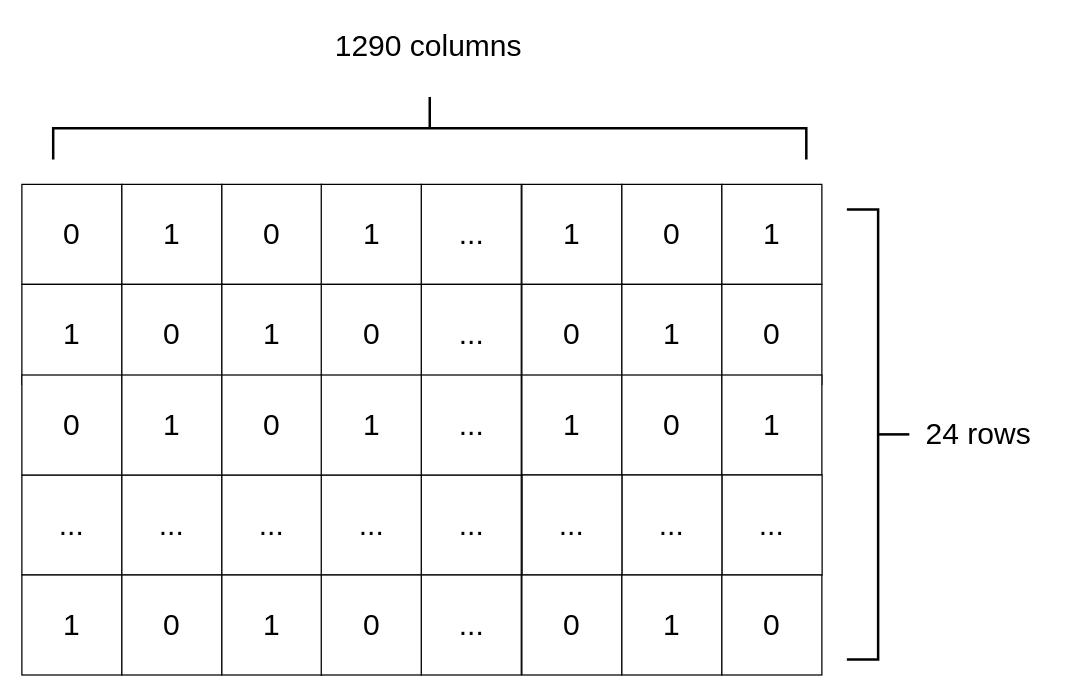
This is Diagrams/matrix7.drawio from sabarioded/Patterns_Project, a draw.io file, before an edit. Source tidied: cells renumbered, new cells numbered last; positions are measured from the earlier drawing's top-left corner, leaving out a move shared by most shapes. Both pictures are drawn from the tidied source at 125%, with x=0, y=0 at pixel (21, -249).
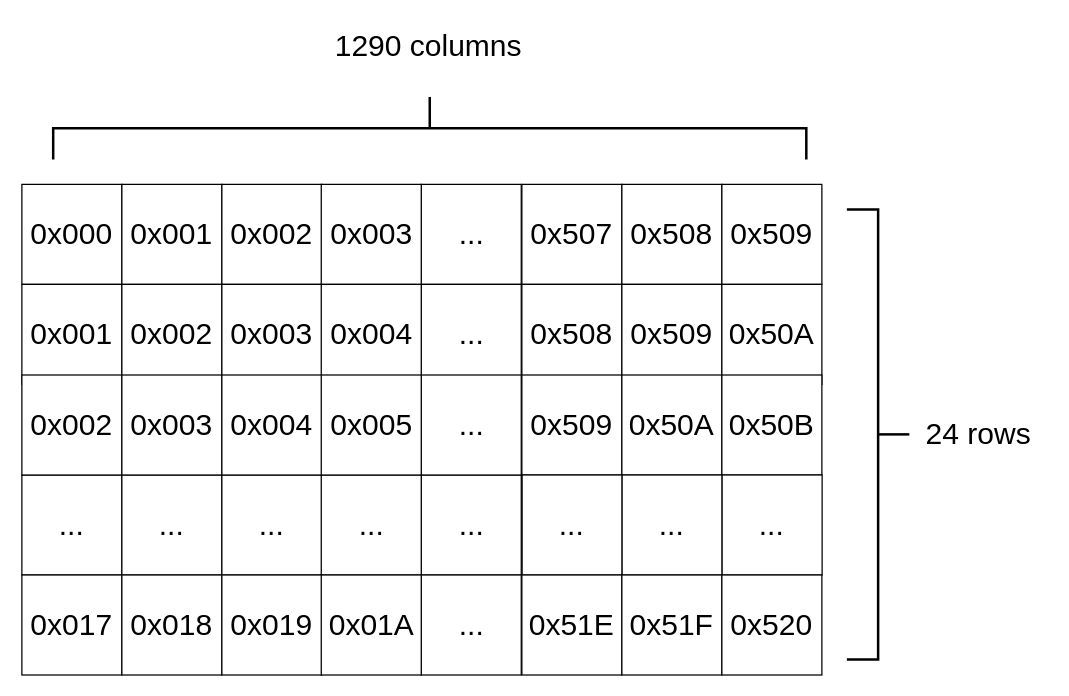
Above is the later version.

Change to the diagram source:
```diff
@@
-    <mxCell id="2" value="&lt;font style=&quot;font-size: 24px;&quot;&gt;0&lt;/font&gt;" style="rounded=0;whiteSpace=wrap;html=1;" parent="1" vertex="1">
+    <mxCell id="2" value="&lt;font style=&quot;font-size: 24px;&quot;&gt;0x000&lt;/font&gt;" style="rounded=0;whiteSpace=wrap;html=1;" parent="1" vertex="1">
       <mxGeometry y="346" width="80" height="80" as="geometry" />
     </mxCell>
-    <mxCell id="3" value="&lt;span style=&quot;font-size: 24px;&quot;&gt;1&lt;/span&gt;" style="rounded=0;whiteSpace=wrap;html=1;" parent="1" vertex="1">
+    <mxCell id="3" value="&lt;span style=&quot;font-size: 24px;&quot;&gt;0x001&lt;/span&gt;" style="rounded=0;whiteSpace=wrap;html=1;" parent="1" vertex="1">
       <mxGeometry x="80" y="346" width="80" height="80" as="geometry" />
     </mxCell>
-    <mxCell id="4" value="&lt;span style=&quot;font-size: 24px;&quot;&gt;0&lt;/span&gt;" style="rounded=0;whiteSpace=wrap;html=1;" parent="1" vertex="1">
+    <mxCell id="4" value="&lt;span style=&quot;font-size: 24px;&quot;&gt;0x002&lt;/span&gt;" style="rounded=0;whiteSpace=wrap;html=1;" parent="1" vertex="1">
       <mxGeometry x="160" y="346" width="80" height="80" as="geometry" />
     </mxCell>
@@
-    <mxCell id="6" value="&lt;span style=&quot;font-size: 24px;&quot;&gt;1&lt;/span&gt;" style="rounded=0;whiteSpace=wrap;html=1;" parent="1" vertex="1">
+    <mxCell id="6" value="&lt;span style=&quot;font-size: 24px;&quot;&gt;0x507&lt;/span&gt;" style="rounded=0;whiteSpace=wrap;html=1;" parent="1" vertex="1">
       <mxGeometry x="400" y="346" width="80" height="80" as="geometry" />
     </mxCell>
-    <mxCell id="7" value="&lt;span style=&quot;font-size: 24px;&quot;&gt;0&lt;/span&gt;" style="rounded=0;whiteSpace=wrap;html=1;" parent="1" vertex="1">
+    <mxCell id="7" value="&lt;span style=&quot;font-size: 24px;&quot;&gt;0x508&lt;/span&gt;" style="rounded=0;whiteSpace=wrap;html=1;" parent="1" vertex="1">
       <mxGeometry x="480" y="346" width="80" height="80" as="geometry" />
     </mxCell>
-    <mxCell id="8" value="&lt;span style=&quot;font-size: 24px;&quot;&gt;1&lt;/span&gt;" style="rounded=0;whiteSpace=wrap;html=1;" parent="1" vertex="1">
+    <mxCell id="8" value="&lt;span style=&quot;font-size: 24px;&quot;&gt;0x509&lt;/span&gt;" style="rounded=0;whiteSpace=wrap;html=1;" parent="1" vertex="1">
       <mxGeometry x="560" y="346" width="80" height="80" as="geometry" />
     </mxCell>
-    <mxCell id="9" value="&lt;span style=&quot;font-size: 24px;&quot;&gt;1&lt;/span&gt;" style="rounded=0;whiteSpace=wrap;html=1;" parent="1" vertex="1">
+    <mxCell id="9" value="&lt;span style=&quot;font-size: 24px;&quot;&gt;0x001&lt;/span&gt;" style="rounded=0;whiteSpace=wrap;html=1;" parent="1" vertex="1">
       <mxGeometry y="426" width="80" height="80" as="geometry" />
     </mxCell>
-    <mxCell id="10" value="&lt;span style=&quot;font-size: 24px;&quot;&gt;0&lt;/span&gt;" style="rounded=0;whiteSpace=wrap;html=1;" parent="1" vertex="1">
+    <mxCell id="10" value="&lt;span style=&quot;font-size: 24px;&quot;&gt;0x002&lt;/span&gt;" style="rounded=0;whiteSpace=wrap;html=1;" parent="1" vertex="1">
       <mxGeometry x="80" y="426" width="80" height="80" as="geometry" />
     </mxCell>
-    <mxCell id="11" value="&lt;span style=&quot;font-size: 24px;&quot;&gt;1&lt;/span&gt;" style="rounded=0;whiteSpace=wrap;html=1;" parent="1" vertex="1">
+    <mxCell id="11" value="&lt;span style=&quot;font-size: 24px;&quot;&gt;0x003&lt;/span&gt;" style="rounded=0;whiteSpace=wrap;html=1;" parent="1" vertex="1">
       <mxGeometry x="160" y="426" width="80" height="80" as="geometry" />
     </mxCell>
@@
-    <mxCell id="21" value="&lt;span style=&quot;font-size: 24px;&quot;&gt;1&lt;/span&gt;" style="rounded=0;whiteSpace=wrap;html=1;" parent="1" vertex="1">
+    <mxCell id="21" value="&lt;span style=&quot;font-size: 24px;&quot;&gt;0x003&lt;/span&gt;" style="rounded=0;whiteSpace=wrap;html=1;" parent="1" vertex="1">
       <mxGeometry x="239.5" y="346" width="80" height="80" as="geometry" />
     </mxCell>
-    <mxCell id="22" value="&lt;span style=&quot;font-size: 24px;&quot;&gt;0&lt;/span&gt;" style="rounded=0;whiteSpace=wrap;html=1;" parent="1" vertex="1">
+    <mxCell id="22" value="&lt;span style=&quot;font-size: 24px;&quot;&gt;0x004&lt;/span&gt;" style="rounded=0;whiteSpace=wrap;html=1;" parent="1" vertex="1">
       <mxGeometry x="239.5" y="426" width="80" height="80" as="geometry" />
     </mxCell>
@@
-    <mxCell id="24" value="&lt;span style=&quot;font-size: 24px;&quot;&gt;0&lt;/span&gt;" style="rounded=0;whiteSpace=wrap;html=1;" parent="1" vertex="1">
+    <mxCell id="24" value="&lt;span style=&quot;font-size: 24px;&quot;&gt;0x508&lt;/span&gt;" style="rounded=0;whiteSpace=wrap;html=1;" parent="1" vertex="1">
       <mxGeometry x="400" y="426" width="80" height="80" as="geometry" />
     </mxCell>
-    <mxCell id="25" value="&lt;span style=&quot;font-size: 24px;&quot;&gt;1&lt;/span&gt;" style="rounded=0;whiteSpace=wrap;html=1;" parent="1" vertex="1">
+    <mxCell id="25" value="&lt;span style=&quot;font-size: 24px;&quot;&gt;0x509&lt;/span&gt;" style="rounded=0;whiteSpace=wrap;html=1;" parent="1" vertex="1">
       <mxGeometry x="480" y="426" width="80" height="80" as="geometry" />
     </mxCell>
-    <mxCell id="26" value="&lt;span style=&quot;font-size: 24px;&quot;&gt;0&lt;/span&gt;" style="rounded=0;whiteSpace=wrap;html=1;" parent="1" vertex="1">
+    <mxCell id="26" value="&lt;span style=&quot;font-size: 24px;&quot;&gt;0x50A&lt;/span&gt;" style="rounded=0;whiteSpace=wrap;html=1;" parent="1" vertex="1">
       <mxGeometry x="560" y="426" width="80" height="80" as="geometry" />
     </mxCell>
-    <mxCell id="27" value="&lt;font style=&quot;font-size: 24px;&quot;&gt;0&lt;/font&gt;" style="rounded=0;whiteSpace=wrap;html=1;" parent="1" vertex="1">
+    <mxCell id="27" value="&lt;font style=&quot;font-size: 24px;&quot;&gt;0x002&lt;/font&gt;" style="rounded=0;whiteSpace=wrap;html=1;" parent="1" vertex="1">
       <mxGeometry y="498.5" width="80" height="80" as="geometry" />
     </mxCell>
-    <mxCell id="28" value="&lt;span style=&quot;font-size: 24px;&quot;&gt;1&lt;/span&gt;" style="rounded=0;whiteSpace=wrap;html=1;" parent="1" vertex="1">
+    <mxCell id="28" value="&lt;span style=&quot;font-size: 24px;&quot;&gt;0x003&lt;/span&gt;" style="rounded=0;whiteSpace=wrap;html=1;" parent="1" vertex="1">
       <mxGeometry x="80" y="498.5" width="80" height="80" as="geometry" />
     </mxCell>
-    <mxCell id="29" value="&lt;span style=&quot;font-size: 24px;&quot;&gt;0&lt;/span&gt;" style="rounded=0;whiteSpace=wrap;html=1;" parent="1" vertex="1">
+    <mxCell id="29" value="&lt;span style=&quot;font-size: 24px;&quot;&gt;0x004&lt;/span&gt;" style="rounded=0;whiteSpace=wrap;html=1;" parent="1" vertex="1">
       <mxGeometry x="160" y="498.5" width="80" height="80" as="geometry" />
     </mxCell>
@@
-    <mxCell id="31" value="&lt;span style=&quot;font-size: 24px;&quot;&gt;1&lt;/span&gt;" style="rounded=0;whiteSpace=wrap;html=1;" parent="1" vertex="1">
+    <mxCell id="31" value="&lt;span style=&quot;font-size: 24px;&quot;&gt;0x509&lt;/span&gt;" style="rounded=0;whiteSpace=wrap;html=1;" parent="1" vertex="1">
       <mxGeometry x="400" y="498.5" width="80" height="80" as="geometry" />
     </mxCell>
-    <mxCell id="32" value="&lt;span style=&quot;font-size: 24px;&quot;&gt;0&lt;/span&gt;" style="rounded=0;whiteSpace=wrap;html=1;" parent="1" vertex="1">
+    <mxCell id="32" value="&lt;span style=&quot;font-size: 24px;&quot;&gt;0x50A&lt;/span&gt;" style="rounded=0;whiteSpace=wrap;html=1;" parent="1" vertex="1">
       <mxGeometry x="480" y="498.5" width="80" height="80" as="geometry" />
     </mxCell>
-    <mxCell id="33" value="&lt;span style=&quot;font-size: 24px;&quot;&gt;1&lt;/span&gt;" style="rounded=0;whiteSpace=wrap;html=1;" parent="1" vertex="1">
+    <mxCell id="33" value="&lt;span style=&quot;font-size: 24px;&quot;&gt;0x50B&lt;/span&gt;" style="rounded=0;whiteSpace=wrap;html=1;" parent="1" vertex="1">
       <mxGeometry x="560" y="498.5" width="80" height="80" as="geometry" />
     </mxCell>
-    <mxCell id="34" value="&lt;span style=&quot;font-size: 24px;&quot;&gt;1&lt;/span&gt;" style="rounded=0;whiteSpace=wrap;html=1;" parent="1" vertex="1">
+    <mxCell id="34" value="&lt;span style=&quot;font-size: 24px;&quot;&gt;0x005&lt;/span&gt;" style="rounded=0;whiteSpace=wrap;html=1;" parent="1" vertex="1">
       <mxGeometry x="239.5" y="498.5" width="80" height="80" as="geometry" />
     </mxCell>
@@
-    <mxCell id="38" value="&lt;font style=&quot;font-size: 24px;&quot;&gt;1&lt;/font&gt;" style="rounded=0;whiteSpace=wrap;html=1;" parent="1" vertex="1">
+    <mxCell id="38" value="&lt;span style=&quot;font-size: 24px;&quot;&gt;0x017&lt;/span&gt;" style="rounded=0;whiteSpace=wrap;html=1;" parent="1" vertex="1">
       <mxGeometry y="658.5" width="80" height="80" as="geometry" />
     </mxCell>
-    <mxCell id="39" value="&lt;span style=&quot;font-size: 24px;&quot;&gt;0&lt;/span&gt;" style="rounded=0;whiteSpace=wrap;html=1;" parent="1" vertex="1">
+    <mxCell id="39" value="&lt;span style=&quot;font-size: 24px;&quot;&gt;0x018&lt;/span&gt;" style="rounded=0;whiteSpace=wrap;html=1;" parent="1" vertex="1">
       <mxGeometry x="80" y="658.5" width="80" height="80" as="geometry" />
     </mxCell>
-    <mxCell id="40" value="&lt;span style=&quot;font-size: 24px;&quot;&gt;1&lt;/span&gt;" style="rounded=0;whiteSpace=wrap;html=1;" parent="1" vertex="1">
+    <mxCell id="40" value="&lt;span style=&quot;font-size: 24px;&quot;&gt;0x019&lt;/span&gt;" style="rounded=0;whiteSpace=wrap;html=1;" parent="1" vertex="1">
       <mxGeometry x="160" y="658.5" width="80" height="80" as="geometry" />
     </mxCell>
@@
-    <mxCell id="42" value="&lt;span style=&quot;font-size: 24px;&quot;&gt;0&lt;/span&gt;" style="rounded=0;whiteSpace=wrap;html=1;" parent="1" vertex="1">
+    <mxCell id="42" value="&lt;span style=&quot;font-size: 24px;&quot;&gt;0x51E&lt;/span&gt;" style="rounded=0;whiteSpace=wrap;html=1;" parent="1" vertex="1">
       <mxGeometry x="400" y="658.5" width="80" height="80" as="geometry" />
     </mxCell>
-    <mxCell id="43" value="&lt;span style=&quot;font-size: 24px;&quot;&gt;1&lt;/span&gt;" style="rounded=0;whiteSpace=wrap;html=1;" parent="1" vertex="1">
+    <mxCell id="43" value="&lt;span style=&quot;font-size: 24px;&quot;&gt;0x51F&lt;/span&gt;" style="rounded=0;whiteSpace=wrap;html=1;" parent="1" vertex="1">
       <mxGeometry x="480" y="658.5" width="80" height="80" as="geometry" />
     </mxCell>
-    <mxCell id="44" value="&lt;span style=&quot;font-size: 24px;&quot;&gt;0&lt;/span&gt;" style="rounded=0;whiteSpace=wrap;html=1;" parent="1" vertex="1">
+    <mxCell id="44" value="&lt;span style=&quot;font-size: 24px;&quot;&gt;0x520&lt;/span&gt;" style="rounded=0;whiteSpace=wrap;html=1;" parent="1" vertex="1">
       <mxGeometry x="560" y="658.5" width="80" height="80" as="geometry" />
     </mxCell>
-    <mxCell id="45" value="&lt;span style=&quot;font-size: 24px;&quot;&gt;0&lt;/span&gt;" style="rounded=0;whiteSpace=wrap;html=1;" parent="1" vertex="1">
+    <mxCell id="45" value="&lt;span style=&quot;font-size: 24px;&quot;&gt;0x01A&lt;/span&gt;" style="rounded=0;whiteSpace=wrap;html=1;" parent="1" vertex="1">
       <mxGeometry x="239.5" y="658.5" width="80" height="80" as="geometry" />
     </mxCell>
```
